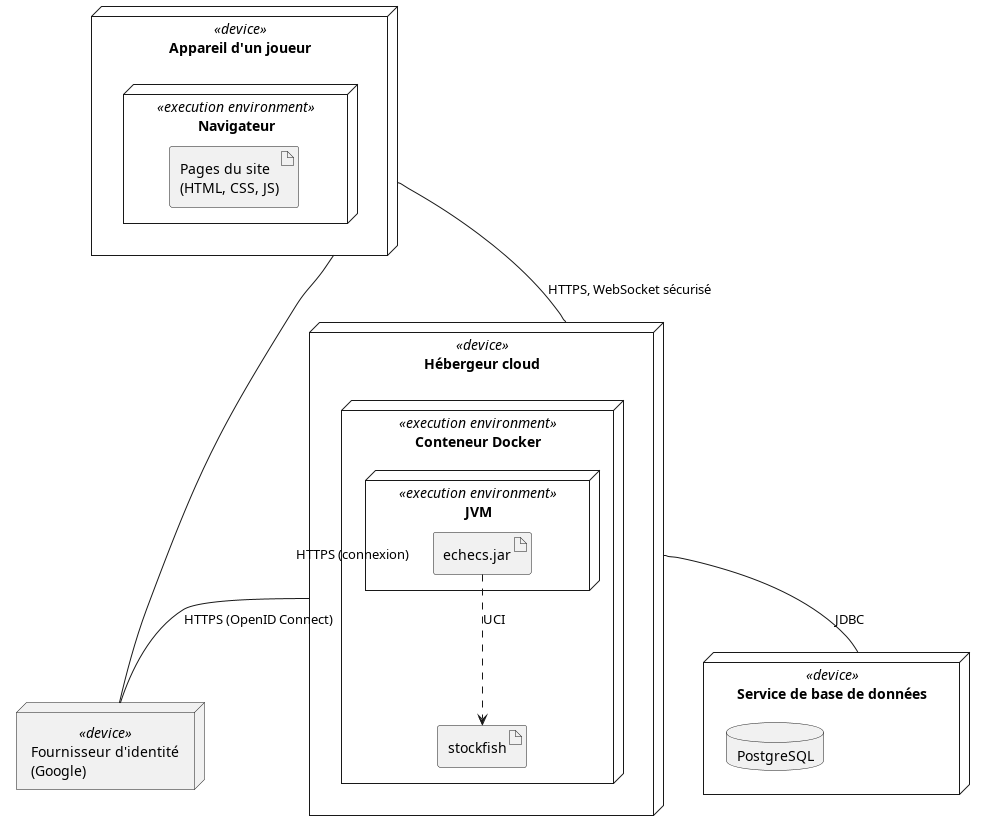
Before: diagrams/deploiement-en-ligne.png, a diagram exported from PlantUML (kevinBissouth/projet_echecs_tic315). Its diagram source:
```plantuml
@startuml deploiement-en-ligne

skinparam nodesep 60
skinparam ranksep 70

node "Appareil d'un joueur" <<device>> as Appareil {
  node "Navigateur" <<execution environment>> as Navigateur {
    artifact "Pages du site\n(HTML, CSS, JS)" as Pages
  }
}

node "Hébergeur cloud" <<device>> as Hebergeur {
  node "Conteneur Docker" <<execution environment>> as Conteneur {
    node "JVM" <<execution environment>> as Jvm {
      artifact "echecs.jar" as Jar
    }
    artifact "stockfish" as Stockfish
  }
}

node "Service de base de données" <<device>> as ServiceBase {
  database "PostgreSQL" as Base
}

node "Fournisseur d'identité\n(Google)" <<device>> as Fournisseur

Appareil -- Hebergeur : HTTPS, WebSocket sécurisé
Appareil -- Fournisseur : HTTPS (connexion)
Jar ..> Stockfish : UCI
Hebergeur -- ServiceBase : JDBC
Hebergeur -- Fournisseur : HTTPS (OpenID Connect)

@enduml
```
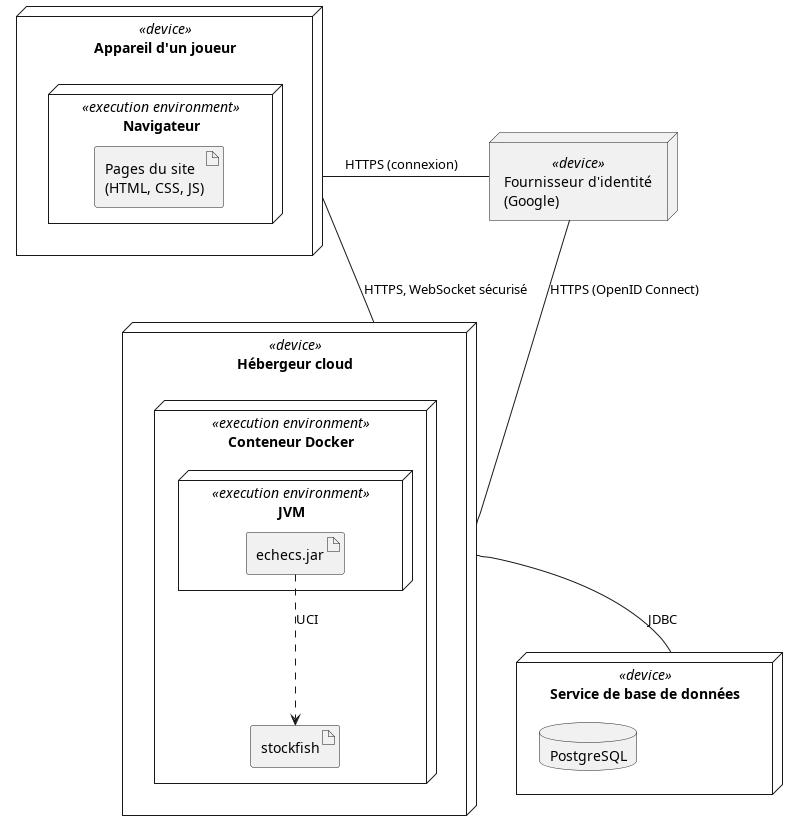
Above is the later version.

The edit, as a diff of the source:
```diff
@@ -25,9 +25,9 @@
 node "Fournisseur d'identité\n(Google)" <<device>> as Fournisseur
 
 Appareil -- Hebergeur : HTTPS, WebSocket sécurisé
-Appareil -- Fournisseur : HTTPS (connexion)
+Appareil -right- Fournisseur : HTTPS (connexion)
 Jar ..> Stockfish : UCI
 Hebergeur -- ServiceBase : JDBC
-Hebergeur -- Fournisseur : HTTPS (OpenID Connect)
+Fournisseur -- Hebergeur : HTTPS (OpenID Connect)
 
 @enduml
```
